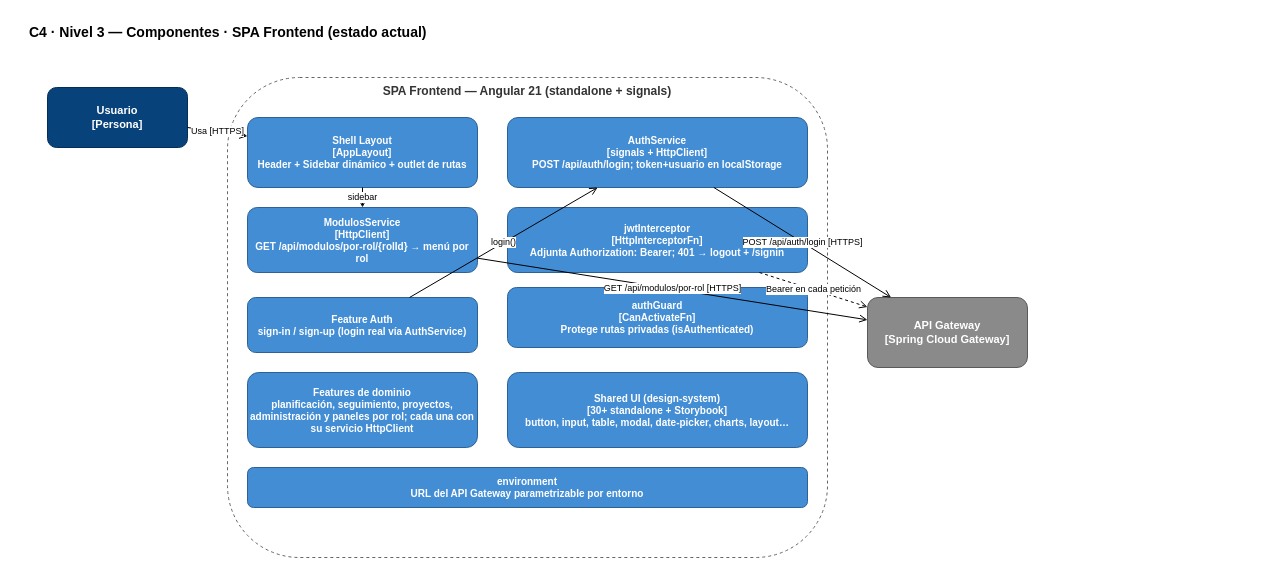
This is page "4. Comp · Frontend" (4 of 7) of Docs/C4_Model/SPSRT_C4.drawio from tfm-missi-2026/orquestacion, a draw.io file, before an edit. Source tidied: cells renumbered, new cells numbered last; positions are measured from the earlier drawing's top-left corner, leaving out a move shared by most shapes. Both pictures are drawn from the tidied source at 100%, with x=0, y=0 at pixel (27, 17).
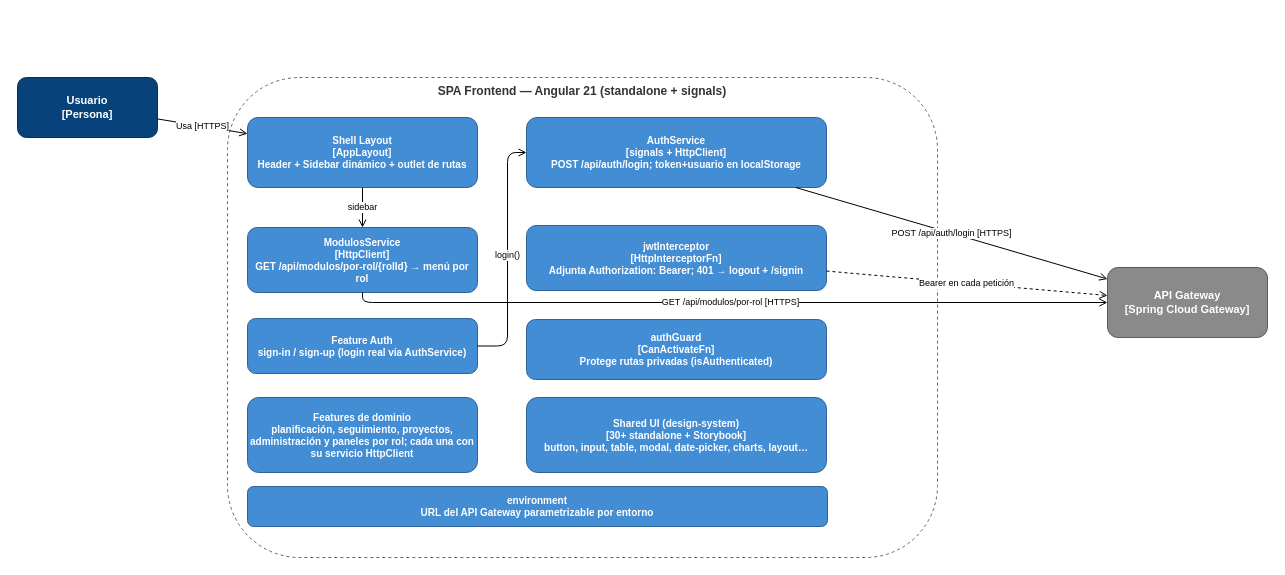
The same page after the edit.

Diff of the diagram source:
```diff
@@
-    <mxCell id="2" value="C4 · Nivel 3 — Componentes · SPA Frontend (estado actual)" style="text;html=1;strokeColor=none;fillColor=none;align=left;fontStyle=1;fontSize=14;" parent="1" vertex="1">
-      <mxGeometry width="560" height="24" as="geometry" />
-    </mxCell>
     <mxCell id="3" value="Usuario&lt;br&gt;[Persona]" style="rounded=1;whiteSpace=wrap;html=1;fillColor=#08427B;strokeColor=#052E56;fontColor=#FFFFFF;fontStyle=1;fontSize=11;" parent="1" vertex="1">
-      <mxGeometry x="20" y="70" width="140" height="60" as="geometry" />
+      <mxGeometry x="-10" y="60" width="140" height="60" as="geometry" />
     </mxCell>
     <mxCell id="4" value="API Gateway&lt;br&gt;[Spring Cloud Gateway]" style="rounded=1;whiteSpace=wrap;html=1;fillColor=#8A8A8A;strokeColor=#5A5A5A;fontColor=#FFFFFF;fontStyle=1;fontSize=11;" parent="1" vertex="1">
-      <mxGeometry x="840" y="280" width="160" height="70" as="geometry" />
+      <mxGeometry x="1080" y="250" width="160" height="70" as="geometry" />
     </mxCell>
     <mxCell id="5" value="SPA Frontend — Angular 21 (standalone + signals)" style="rounded=1;whiteSpace=wrap;html=1;dashed=1;fillColor=none;strokeColor=#666;verticalAlign=top;fontSize=12;fontStyle=1;fontColor=#333;" parent="1" vertex="1">
-      <mxGeometry x="200" y="60" width="600" height="480" as="geometry" />
+      <mxGeometry x="200" y="60" width="710" height="480" as="geometry" />
     </mxCell>
@@
     <mxCell id="7" value="AuthService&lt;br&gt;[signals + HttpClient]&lt;br&gt;POST /api/auth/login; token+usuario en localStorage" style="rounded=1;whiteSpace=wrap;html=1;fillColor=#438DD5;strokeColor=#2E6295;fontColor=#FFFFFF;fontStyle=1;fontSize=10;" parent="1" vertex="1">
-      <mxGeometry x="480" y="100" width="300" height="70" as="geometry" />
+      <mxGeometry x="499" y="100" width="300" height="70" as="geometry" />
     </mxCell>
     <mxCell id="8" value="jwtInterceptor&lt;br&gt;[HttpInterceptorFn]&lt;br&gt;Adjunta Authorization: Bearer; 401 → logout + /signin" style="rounded=1;whiteSpace=wrap;html=1;fillColor=#438DD5;strokeColor=#2E6295;fontColor=#FFFFFF;fontStyle=1;fontSize=10;" parent="1" vertex="1">
-      <mxGeometry x="480" y="190" width="300" height="65" as="geometry" />
+      <mxGeometry x="499" y="208" width="300" height="65" as="geometry" />
     </mxCell>
     <mxCell id="9" value="authGuard&lt;br&gt;[CanActivateFn]&lt;br&gt;Protege rutas privadas (isAuthenticated)" style="rounded=1;whiteSpace=wrap;html=1;fillColor=#438DD5;strokeColor=#2E6295;fontColor=#FFFFFF;fontStyle=1;fontSize=10;" parent="1" vertex="1">
-      <mxGeometry x="480" y="270" width="300" height="60" as="geometry" />
+      <mxGeometry x="499" y="302" width="300" height="60" as="geometry" />
     </mxCell>
     <mxCell id="10" value="ModulosService&lt;br&gt;[HttpClient]&lt;br&gt;GET /api/modulos/por-rol/{rolId} → menú por rol" style="rounded=1;whiteSpace=wrap;html=1;fillColor=#438DD5;strokeColor=#2E6295;fontColor=#FFFFFF;fontStyle=1;fontSize=10;" parent="1" vertex="1">
-      <mxGeometry x="220" y="190" width="230" height="65" as="geometry" />
+      <mxGeometry x="220" y="210" width="230" height="65" as="geometry" />
     </mxCell>
     <mxCell id="11" value="Feature Auth&lt;br&gt;sign-in / sign-up (login real vía AuthService)" style="rounded=1;whiteSpace=wrap;html=1;fillColor=#438DD5;strokeColor=#2E6295;fontColor=#FFFFFF;fontStyle=1;fontSize=10;" parent="1" vertex="1">
-      <mxGeometry x="220" y="280" width="230" height="55" as="geometry" />
+      <mxGeometry x="220" y="301" width="230" height="55" as="geometry" />
     </mxCell>
     <mxCell id="12" value="Features de dominio&lt;br&gt;planificación, seguimiento, proyectos, administración y paneles por rol; cada una con su servicio HttpClient" style="rounded=1;whiteSpace=wrap;html=1;fillColor=#438DD5;strokeColor=#2E6295;fontColor=#FFFFFF;fontStyle=1;fontSize=10;" parent="1" vertex="1">
-      <mxGeometry x="220" y="355" width="230" height="75" as="geometry" />
+      <mxGeometry x="220" y="380" width="230" height="75" as="geometry" />
     </mxCell>
     <mxCell id="13" value="Shared UI (design-system)&lt;br&gt;[30+ standalone + Storybook]&lt;br&gt;button, input, table, modal, date-picker, charts, layout…" style="rounded=1;whiteSpace=wrap;html=1;fillColor=#438DD5;strokeColor=#2E6295;fontColor=#FFFFFF;fontStyle=1;fontSize=10;" parent="1" vertex="1">
-      <mxGeometry x="480" y="355" width="300" height="75" as="geometry" />
+      <mxGeometry x="499" y="380" width="300" height="75" as="geometry" />
     </mxCell>
     <mxCell id="14" value="environment&lt;br&gt;URL del API Gateway parametrizable por entorno" style="rounded=1;whiteSpace=wrap;html=1;fillColor=#438DD5;strokeColor=#2E6295;fontColor=#FFFFFF;fontStyle=1;fontSize=10;" parent="1" vertex="1">
-      <mxGeometry x="220" y="450" width="560" height="40" as="geometry" />
+      <mxGeometry x="220" y="469" width="580" height="40" as="geometry" />
     </mxCell>
@@
-    <mxCell id="16" value="login()" style="endArrow=open;html=1;fontSize=9;" parent="1" edge="1" source="11" target="7">
-      <mxGeometry relative="1" as="geometry" />
+    <mxCell id="16" value="login()" style="endArrow=open;html=1;fontSize=9;exitX=1;exitY=0.5;exitDx=0;exitDy=0;edgeStyle=orthogonalEdgeStyle;" parent="1" edge="1" source="11" target="7">
+      <mxGeometry relative="1" as="geometry">
+        <Array as="points">
+          <mxPoint x="480" y="329" />
+          <mxPoint x="480" y="135" />
+        </Array>
+      </mxGeometry>
     </mxCell>
@@
-    <mxCell id="18" value="GET /api/modulos/por-rol [HTTPS]" style="endArrow=open;html=1;fontSize=9;" parent="1" edge="1" source="10" target="4">
-      <mxGeometry relative="1" as="geometry" />
+    <mxCell id="18" value="GET /api/modulos/por-rol [HTTPS]" style="endArrow=open;html=1;fontSize=9;exitX=0.5;exitY=1;exitDx=0;exitDy=0;edgeStyle=orthogonalEdgeStyle;" parent="1" edge="1" source="10">
+      <mxGeometry relative="1" as="geometry">
+        <mxPoint x="1080" y="285" as="targetPoint" />
+        <Array as="points">
+          <mxPoint x="335" y="285" />
+          <mxPoint x="1080" y="285" />
+        </Array>
+      </mxGeometry>
     </mxCell>
```
